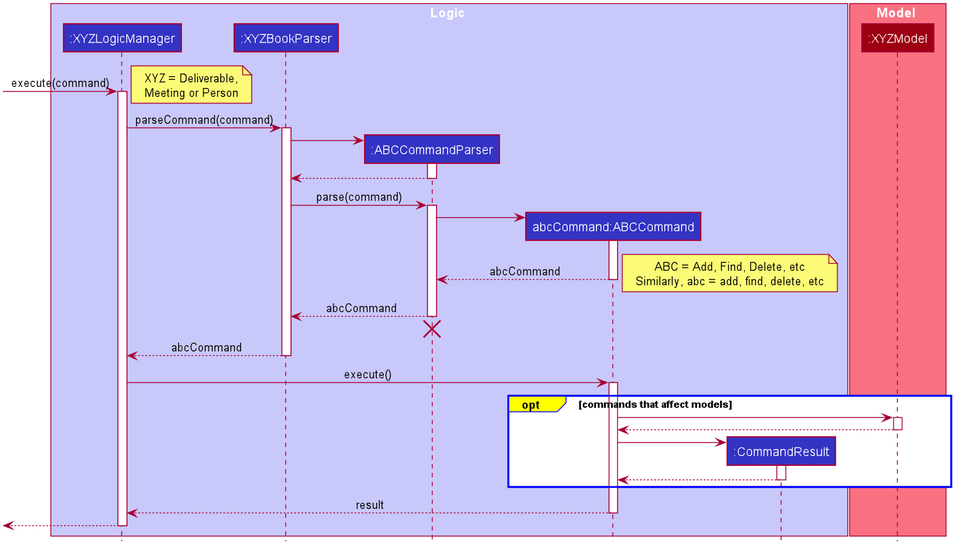
Above: docs/images/CommandSequenceDiagram.png in shadowezz/Productiv (PlantUML), before the change.
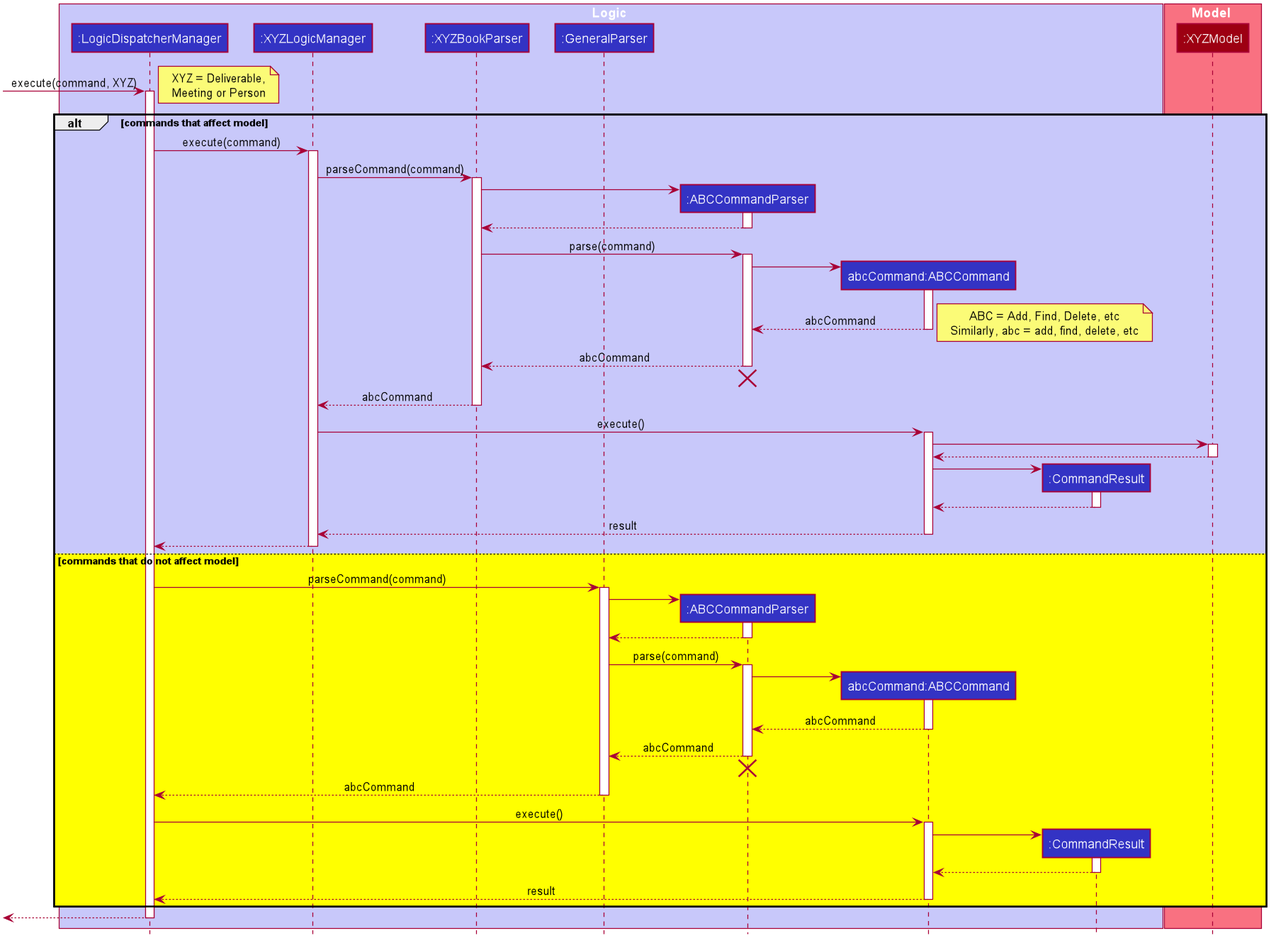
After the change.

What changed in the source:
```diff
@@ -1,4 +1,6 @@
 @startuml
+
+
 
 
 
@@ -43,17 +45,17 @@
 skinparam Shadowing false
 skinparam DefaultTextAlignment center
 skinparam packageStyle Rectangle
+skinparam classAttributeIconSize 0
 
 hide footbox
 hide members
 hide circle
 
-scale 1.5
-
-
 box Logic #C8C8FA
+participant ":LogicDispatcherManager" as LogicDispatcherManager #3333C4
 participant ":XYZLogicManager" as XYZLogicManager #3333C4
 participant ":XYZBookParser" as XYZBookParser #3333C4
+participant ":GeneralParser" as GeneralParser #3333C4
 participant ":ABCCommandParser" as ABCCommandParser #3333C4
 participant "abcCommand:ABCCommand" as ABCCommand #3333C4
 participant ":CommandResult" as CommandResult #3333C4
@@ -64,13 +66,16 @@
 participant ":XYZModel" as XYZModel #9D0012
 end box
 
-[-> XYZLogicManager : execute(command)
-activate XYZLogicManager
-
+[-> LogicDispatcherManager : execute(command, XYZ)
+activate LogicDispatcherManager
 note left
 XYZ = Deliverable,
 Meeting or Person
 end note
+
+alt #C8C8FA commands that affect model
+LogicDispatcherManager -> XYZLogicManager : execute(command)
+activate XYZLogicManager
 
 XYZLogicManager -> XYZBookParser : parseCommand(command)
 activate XYZBookParser
@@ -108,29 +113,71 @@
 XYZLogicManager -> ABCCommand : execute()
 activate ABCCommand
 
-skinparam sequenceGroupBackgroundColor yellow
-skinparam sequenceGroupBorderColor blue
+ABCCommand -> XYZModel
+activate XYZModel
 
-opt commands that affect models
+XYZModel --> ABCCommand
+deactivate XYZModel
 
-    ABCCommand -> XYZModel
-    activate XYZModel
+create CommandResult
+ABCCommand -> CommandResult
+activate CommandResult
 
-    XYZModel --> ABCCommand
-    deactivate XYZModel
-
-    create CommandResult
-    ABCCommand -> CommandResult
-    activate CommandResult
-
-    CommandResult --> ABCCommand
-    deactivate CommandResult
-end
+CommandResult --> ABCCommand
+deactivate CommandResult
 
 ABCCommand --> XYZLogicManager : result
 deactivate ABCCommand
 
-[<--XYZLogicManager
+LogicDispatcherManager<--XYZLogicManager
 deactivate XYZLogicManager
 
+else #yellow commands that do not affect model
+
+LogicDispatcherManager -> GeneralParser : parseCommand(command)
+activate GeneralParser
+
+create ABCCommandParser
+GeneralParser -> ABCCommandParser
+activate ABCCommandParser
+
+ABCCommandParser --> GeneralParser
+deactivate ABCCommandParser
+
+GeneralParser -> ABCCommandParser : parse(command)
+activate ABCCommandParser
+
+create ABCCommand
+ABCCommandParser -> ABCCommand
+activate ABCCommand
+
+
+ABCCommand --> ABCCommandParser : abcCommand
+deactivate ABCCommand
+
+ABCCommandParser --> GeneralParser : abcCommand
+deactivate ABCCommandParser
+ABCCommandParser -[hidden]-> GeneralParser
+destroy ABCCommandParser
+
+GeneralParser -->LogicDispatcherManager : abcCommand
+deactivate GeneralParser
+
+LogicDispatcherManager -> ABCCommand : execute()
+activate ABCCommand
+
+create CommandResult
+ABCCommand -> CommandResult
+activate CommandResult
+
+CommandResult --> ABCCommand
+deactivate CommandResult
+
+ABCCommand --> LogicDispatcherManager : result
+deactivate ABCCommand
+
+end
+[<--LogicDispatcherManager
+deactivate LogicDispatcherManager
+
 @enduml
```
